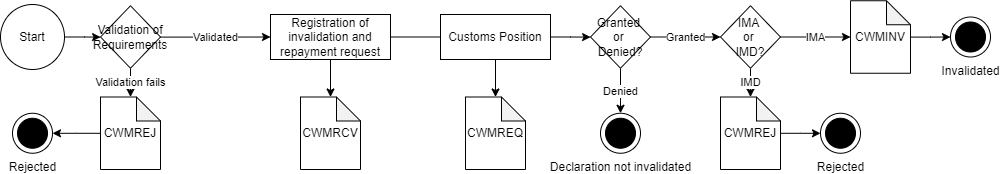
The draw.io diagram Flows/invalidation_and_repayment.png in skat/dms-public, before a commit. Source tidied: cells renumbered, new cells last; positions are measured from the earlier drawing's top-left corner, leaving out a move shared by most shapes. Its diagram source:
```xml
<mxGraphModel>
  <root>
    <mxCell id="0" />
    <mxCell id="1" parent="0" />
    <mxCell id="2" value="Rejected" style="shape=mxgraph.sysml.actFinal;html=1;verticalLabelPosition=bottom;labelBackgroundColor=#ffffff;verticalAlign=top;" parent="1" vertex="1">
      <mxGeometry x="12" y="112.8" width="40" height="40" as="geometry" />
    </mxCell>
    <mxCell id="3" style="edgeStyle=orthogonalEdgeStyle;rounded=0;jettySize=auto;html=1;" parent="1" edge="1" source="4" target="11">
      <mxGeometry relative="1" as="geometry" />
    </mxCell>
    <mxCell id="4" value="Registration of invalidation and repayment request" style="whiteSpace=wrap;html=1;" parent="1" vertex="1">
      <mxGeometry x="270" y="14" width="120" height="45" as="geometry" />
    </mxCell>
    <mxCell id="5" style="edgeStyle=orthogonalEdgeStyle;rounded=0;jettySize=auto;html=1;" parent="1" edge="1" source="6" target="9">
      <mxGeometry relative="1" as="geometry" />
    </mxCell>
    <mxCell id="6" value="Start" style="ellipse;whiteSpace=wrap;html=1;" parent="1" vertex="1">
      <mxGeometry y="4" width="64" height="65" as="geometry" />
    </mxCell>
    <mxCell id="7" value="Validated" style="edgeStyle=orthogonalEdgeStyle;rounded=0;jettySize=auto;html=1;entryX=0;entryY=0.5;entryDx=0;entryDy=0;" parent="1" edge="1" source="9" target="4">
      <mxGeometry relative="1" as="geometry" />
    </mxCell>
    <mxCell id="8" value="Validation fails" style="edgeStyle=orthogonalEdgeStyle;rounded=0;jettySize=auto;html=1;" parent="1" edge="1" source="9" target="13">
      <mxGeometry relative="1" as="geometry" />
    </mxCell>
    <mxCell id="9" value="Validation of Requirements" style="rhombus;whiteSpace=wrap;html=1;" parent="1" vertex="1">
      <mxGeometry x="100" y="5.2" width="60" height="62.5" as="geometry" />
    </mxCell>
    <mxCell id="10" value="Invalidated" style="shape=mxgraph.sysml.actFinal;html=1;verticalLabelPosition=bottom;labelBackgroundColor=#ffffff;verticalAlign=top;" parent="1" vertex="1">
      <mxGeometry x="950" y="16.5" width="40" height="40" as="geometry" />
    </mxCell>
    <mxCell id="11" value="CWMRCV" style="shape=note;whiteSpace=wrap;html=1;backgroundOutline=1;darkOpacity=0.05;size=24;" parent="1" vertex="1">
      <mxGeometry x="300" y="96.5" width="60" height="72.5" as="geometry" />
    </mxCell>
    <mxCell id="12" style="edgeStyle=orthogonalEdgeStyle;rounded=0;jettySize=auto;html=1;" parent="1" edge="1" source="13" target="2">
      <mxGeometry relative="1" as="geometry" />
    </mxCell>
    <mxCell id="13" value="CWMREJ" style="shape=note;whiteSpace=wrap;html=1;backgroundOutline=1;darkOpacity=0.05;size=24;" parent="1" vertex="1">
      <mxGeometry x="100" y="96.5" width="60" height="72.5" as="geometry" />
    </mxCell>
    <mxCell id="14" style="edgeStyle=orthogonalEdgeStyle;rounded=0;jettySize=auto;html=1;" parent="1" edge="1" source="25" target="15">
      <mxGeometry relative="1" as="geometry" />
    </mxCell>
    <mxCell id="15" value="CWMREQ" style="shape=note;whiteSpace=wrap;html=1;backgroundOutline=1;darkOpacity=0.05;size=24;" parent="1" vertex="1">
      <mxGeometry x="465" y="96.5" width="60" height="72.5" as="geometry" />
    </mxCell>
    <mxCell id="16" value="IMD" style="edgeStyle=orthogonalEdgeStyle;rounded=0;jettySize=auto;html=1;" parent="1" edge="1" source="18" target="21">
      <mxGeometry relative="1" as="geometry" />
    </mxCell>
    <mxCell id="17" value="IMA" style="edgeStyle=orthogonalEdgeStyle;rounded=0;jettySize=auto;html=1;" parent="1" edge="1" source="18" target="23">
      <mxGeometry relative="1" as="geometry" />
    </mxCell>
    <mxCell id="18" value="IMA&amp;nbsp;&lt;br&gt;or&amp;nbsp;&lt;br&gt;IMD?" style="rhombus;whiteSpace=wrap;html=1;" parent="1" vertex="1">
      <mxGeometry x="720" y="5.2" width="60" height="62.5" as="geometry" />
    </mxCell>
    <mxCell id="19" value="Rejected" style="shape=mxgraph.sysml.actFinal;html=1;verticalLabelPosition=bottom;labelBackgroundColor=#ffffff;verticalAlign=top;" parent="1" vertex="1">
      <mxGeometry x="820" y="112.8" width="40" height="40" as="geometry" />
    </mxCell>
    <mxCell id="20" style="edgeStyle=orthogonalEdgeStyle;rounded=0;jettySize=auto;html=1;" parent="1" edge="1" source="21" target="19">
      <mxGeometry relative="1" as="geometry" />
    </mxCell>
    <mxCell id="21" value="CWMREJ" style="shape=note;whiteSpace=wrap;html=1;backgroundOutline=1;darkOpacity=0.05;size=24;" parent="1" vertex="1">
      <mxGeometry x="720" y="96.5" width="60" height="72.5" as="geometry" />
    </mxCell>
    <mxCell id="22" style="edgeStyle=orthogonalEdgeStyle;rounded=0;jettySize=auto;html=1;" parent="1" edge="1" source="23" target="10">
      <mxGeometry relative="1" as="geometry" />
    </mxCell>
    <mxCell id="23" value="CWMINV" style="shape=note;whiteSpace=wrap;html=1;backgroundOutline=1;darkOpacity=0.05;size=24;" parent="1" vertex="1">
      <mxGeometry x="850" y="0.2" width="60" height="72.5" as="geometry" />
    </mxCell>
    <mxCell id="24" style="edgeStyle=orthogonalEdgeStyle;rounded=0;jettySize=auto;html=1;" parent="1" edge="1" source="25" target="29">
      <mxGeometry relative="1" as="geometry" />
    </mxCell>
    <mxCell id="25" value="Customs Position" style="whiteSpace=wrap;html=1;" parent="1" vertex="1">
      <mxGeometry x="440" y="14" width="110" height="45" as="geometry" />
    </mxCell>
    <mxCell id="26" style="endArrow=none;html=1;rounded=0;exitX=1;exitY=0.5;exitDx=0;exitDy=0;entryX=0;entryY=0.5;entryDx=0;entryDy=0;" parent="1" edge="1" source="4" target="25">
      <mxGeometry relative="1" as="geometry" />
    </mxCell>
    <mxCell id="27" value="Granted" style="edgeStyle=orthogonalEdgeStyle;rounded=0;jettySize=auto;html=1;" parent="1" edge="1" source="29" target="18">
      <mxGeometry relative="1" as="geometry" />
    </mxCell>
    <mxCell id="28" value="Denied" style="edgeStyle=orthogonalEdgeStyle;rounded=0;jettySize=auto;html=1;" parent="1" edge="1" source="29" target="30">
      <mxGeometry relative="1" as="geometry" />
    </mxCell>
    <mxCell id="29" value="Granted&amp;nbsp;&lt;br&gt;or&amp;nbsp;&lt;br&gt;Denied?" style="rhombus;whiteSpace=wrap;html=1;" parent="1" vertex="1">
      <mxGeometry x="590" y="5.2" width="60" height="62.5" as="geometry" />
    </mxCell>
    <mxCell id="30" value="Declaration not invalidated" style="shape=mxgraph.sysml.actFinal;html=1;verticalLabelPosition=bottom;labelBackgroundColor=#ffffff;verticalAlign=top;" parent="1" vertex="1">
      <mxGeometry x="600" y="112.8" width="40" height="40" as="geometry" />
    </mxCell>
  </root>
</mxGraphModel>
```
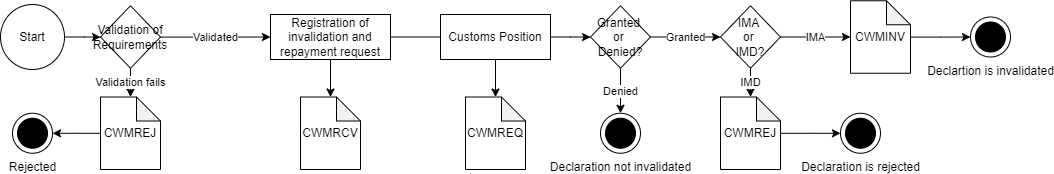
Above is the later version.

What changed in the source:
```diff
@@ -26,8 +26,8 @@
     <mxCell id="9" value="Validation of Requirements" style="rhombus;whiteSpace=wrap;html=1;" parent="1" vertex="1">
       <mxGeometry x="100" y="5.2" width="60" height="62.5" as="geometry" />
     </mxCell>
-    <mxCell id="10" value="Invalidated" style="shape=mxgraph.sysml.actFinal;html=1;verticalLabelPosition=bottom;labelBackgroundColor=#ffffff;verticalAlign=top;" parent="1" vertex="1">
-      <mxGeometry x="950" y="16.5" width="40" height="40" as="geometry" />
+    <mxCell id="10" value="Declartion is invalidated" style="shape=mxgraph.sysml.actFinal;html=1;verticalLabelPosition=bottom;labelBackgroundColor=#ffffff;verticalAlign=top;" parent="1" vertex="1">
+      <mxGeometry x="970" y="16.5" width="40" height="40" as="geometry" />
     </mxCell>
     <mxCell id="11" value="CWMRCV" style="shape=note;whiteSpace=wrap;html=1;backgroundOutline=1;darkOpacity=0.05;size=24;" parent="1" vertex="1">
       <mxGeometry x="300" y="96.5" width="60" height="72.5" as="geometry" />
@@ -53,8 +53,8 @@
     <mxCell id="18" value="IMA&amp;nbsp;&lt;br&gt;or&amp;nbsp;&lt;br&gt;IMD?" style="rhombus;whiteSpace=wrap;html=1;" parent="1" vertex="1">
       <mxGeometry x="720" y="5.2" width="60" height="62.5" as="geometry" />
     </mxCell>
-    <mxCell id="19" value="Rejected" style="shape=mxgraph.sysml.actFinal;html=1;verticalLabelPosition=bottom;labelBackgroundColor=#ffffff;verticalAlign=top;" parent="1" vertex="1">
-      <mxGeometry x="820" y="112.8" width="40" height="40" as="geometry" />
+    <mxCell id="19" value="Declaration is rejected" style="shape=mxgraph.sysml.actFinal;html=1;verticalLabelPosition=bottom;labelBackgroundColor=#ffffff;verticalAlign=top;" parent="1" vertex="1">
+      <mxGeometry x="840" y="112.8" width="40" height="40" as="geometry" />
     </mxCell>
     <mxCell id="20" style="edgeStyle=orthogonalEdgeStyle;rounded=0;jettySize=auto;html=1;" parent="1" edge="1" source="21" target="19">
       <mxGeometry relative="1" as="geometry" />
```
